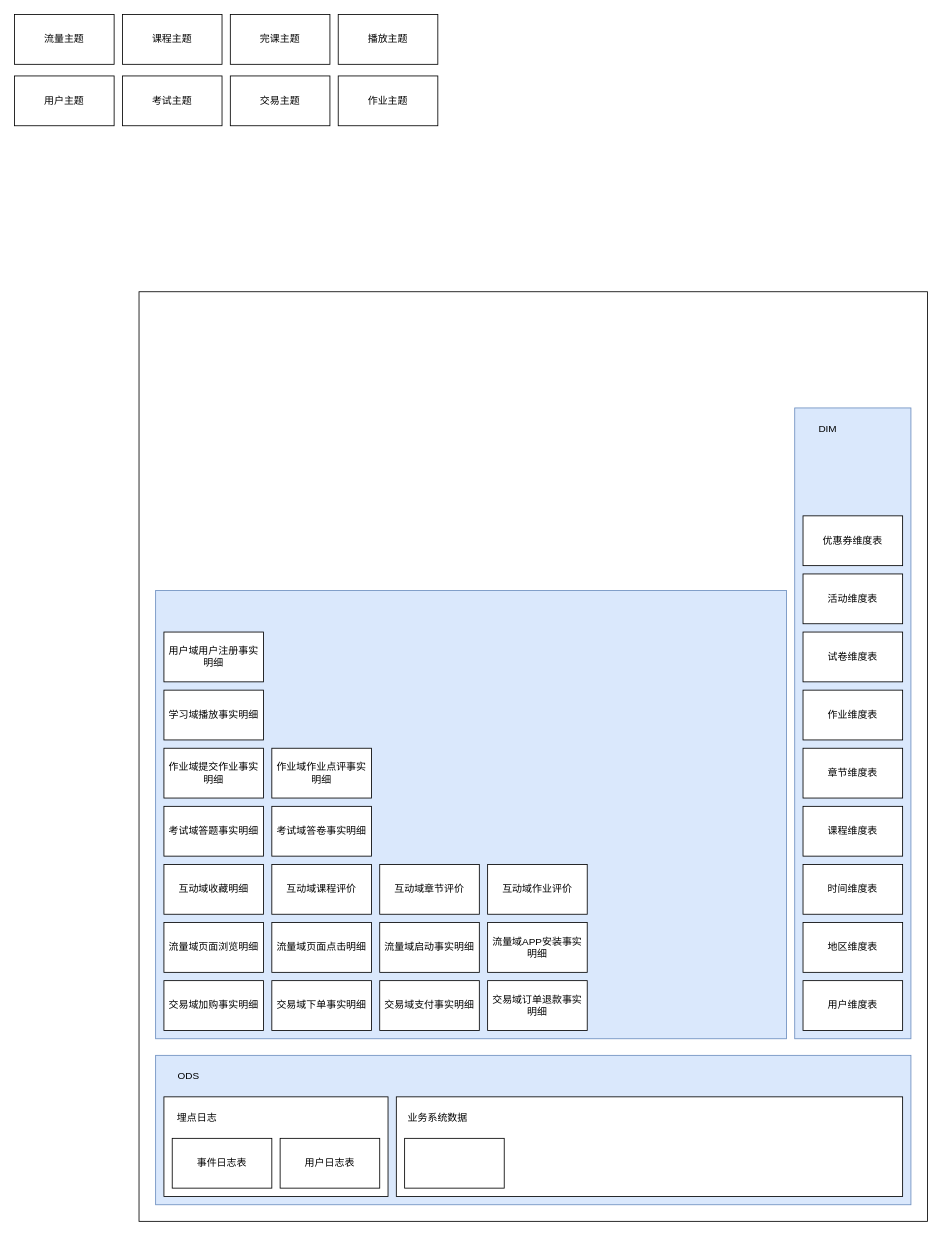
Earlier version of the draw.io diagram 离线数仓分层架构.drawio (Jacoulin/draw). Source tidied: cells renumbered, new cells numbered last; positions are measured from the earlier drawing's top-left corner, leaving out a move shared by most shapes. Both pictures are drawn from the tidied source at 83%, with x=0, y=0 at pixel (14, 14).
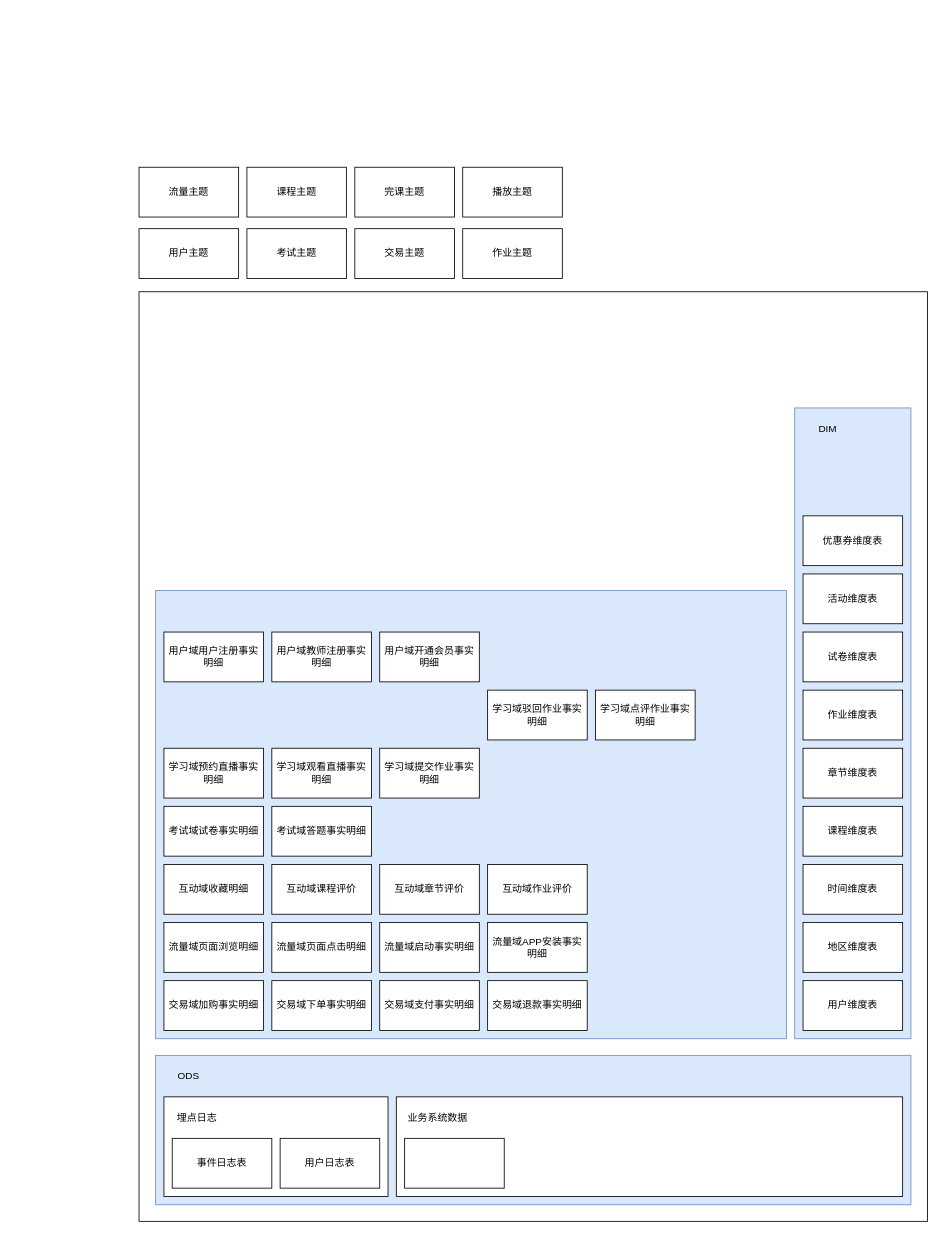
The same page after the edit.

Commit message:
更新离线数仓分层架构.drawio

The edit, as a diff of the source:
```diff
@@
-    <mxCell id="23" value="交易域订单退款事实明细" style="rounded=0;whiteSpace=wrap;html=1;" parent="1" vertex="1">
+    <mxCell id="23" value="交易域退款事实明细" style="rounded=0;whiteSpace=wrap;html=1;" parent="1" vertex="1">
       <mxGeometry x="570" y="1164" width="120" height="60" as="geometry" />
     </mxCell>
@@
     <mxCell id="32" value="流量主题" style="rounded=0;whiteSpace=wrap;html=1;" parent="1" vertex="1">
-      <mxGeometry width="120" height="60" as="geometry" />
+      <mxGeometry x="150" y="184" width="120" height="60" as="geometry" />
     </mxCell>
     <mxCell id="33" value="用户主题" style="rounded=0;whiteSpace=wrap;html=1;" parent="1" vertex="1">
-      <mxGeometry y="74" width="120" height="60" as="geometry" />
+      <mxGeometry x="150" y="258" width="120" height="60" as="geometry" />
     </mxCell>
     <mxCell id="34" value="课程主题" style="rounded=0;whiteSpace=wrap;html=1;" parent="1" vertex="1">
-      <mxGeometry x="130" width="120" height="60" as="geometry" />
+      <mxGeometry x="280" y="184" width="120" height="60" as="geometry" />
     </mxCell>
     <mxCell id="35" value="考试主题" style="rounded=0;whiteSpace=wrap;html=1;" parent="1" vertex="1">
-      <mxGeometry x="130" y="74" width="120" height="60" as="geometry" />
+      <mxGeometry x="280" y="258" width="120" height="60" as="geometry" />
     </mxCell>
     <mxCell id="36" value="完课主题" style="rounded=0;whiteSpace=wrap;html=1;" parent="1" vertex="1">
-      <mxGeometry x="260" width="120" height="60" as="geometry" />
+      <mxGeometry x="410" y="184" width="120" height="60" as="geometry" />
     </mxCell>
     <mxCell id="37" value="交易主题" style="rounded=0;whiteSpace=wrap;html=1;" parent="1" vertex="1">
-      <mxGeometry x="260" y="74" width="120" height="60" as="geometry" />
+      <mxGeometry x="410" y="258" width="120" height="60" as="geometry" />
     </mxCell>
     <mxCell id="38" value="播放主题" style="rounded=0;whiteSpace=wrap;html=1;" parent="1" vertex="1">
-      <mxGeometry x="390" width="120" height="60" as="geometry" />
+      <mxGeometry x="540" y="184" width="120" height="60" as="geometry" />
     </mxCell>
     <mxCell id="39" value="作业主题" style="rounded=0;whiteSpace=wrap;html=1;" parent="1" vertex="1">
-      <mxGeometry x="390" y="74" width="120" height="60" as="geometry" />
+      <mxGeometry x="540" y="258" width="120" height="60" as="geometry" />
     </mxCell>
@@
-    <mxCell id="42" value="作业域提交作业事实明细" style="rounded=0;whiteSpace=wrap;html=1;" parent="1" vertex="1">
-      <mxGeometry x="180" y="884" width="120" height="60" as="geometry" />
-    </mxCell>
-    <mxCell id="43" value="考试域答题事实明细" style="rounded=0;whiteSpace=wrap;html=1;" parent="1" vertex="1">
+    <mxCell id="43" value="考试域试卷事实明细" style="rounded=0;whiteSpace=wrap;html=1;" parent="1" vertex="1">
       <mxGeometry x="180" y="954" width="120" height="60" as="geometry" />
     </mxCell>
-    <mxCell id="44" value="考试域答卷事实明细" style="rounded=0;whiteSpace=wrap;html=1;" parent="1" vertex="1">
+    <mxCell id="44" value="考试域答题事实明细" style="rounded=0;whiteSpace=wrap;html=1;" parent="1" vertex="1">
       <mxGeometry x="310" y="954" width="120" height="60" as="geometry" />
     </mxCell>
-    <mxCell id="45" value="学习域播放事实明细" style="rounded=0;whiteSpace=wrap;html=1;" parent="1" vertex="1">
-      <mxGeometry x="180" y="814" width="120" height="60" as="geometry" />
+    <mxCell id="45" value="学习域预约直播事实明细" style="rounded=0;whiteSpace=wrap;html=1;" parent="1" vertex="1">
+      <mxGeometry x="180" y="884" width="120" height="60" as="geometry" />
     </mxCell>
@@
-    <mxCell id="48" value="作业域作业点评事实明细" style="rounded=0;whiteSpace=wrap;html=1;" parent="1" vertex="1">
-      <mxGeometry x="310" y="884" width="120" height="60" as="geometry" />
-    </mxCell>
@@
+    <mxCell id="50" value="用户域教师注册事实明细" style="rounded=0;whiteSpace=wrap;html=1;" parent="1" vertex="1">
+      <mxGeometry x="310" y="744" width="120" height="60" as="geometry" />
+    </mxCell>
+    <mxCell id="51" value="用户域开通会员事实明细" style="rounded=0;whiteSpace=wrap;html=1;" parent="1" vertex="1">
+      <mxGeometry x="440" y="744" width="120" height="60" as="geometry" />
+    </mxCell>
+    <mxCell id="52" value="学习域观看直播事实明细" style="rounded=0;whiteSpace=wrap;html=1;" parent="1" vertex="1">
+      <mxGeometry x="310" y="884" width="120" height="60" as="geometry" />
+    </mxCell>
+    <mxCell id="53" value="学习域提交作业事实明细" style="rounded=0;whiteSpace=wrap;html=1;" parent="1" vertex="1">
+      <mxGeometry x="440" y="884" width="120" height="60" as="geometry" />
+    </mxCell>
+    <mxCell id="54" value="学习域驳回作业事实明细" style="rounded=0;whiteSpace=wrap;html=1;" parent="1" vertex="1">
+      <mxGeometry x="570" y="814" width="120" height="60" as="geometry" />
+    </mxCell>
+    <mxCell id="55" value="学习域点评作业事实明细" style="rounded=0;whiteSpace=wrap;html=1;" parent="1" vertex="1">
+      <mxGeometry x="700" y="814" width="120" height="60" as="geometry" />
+    </mxCell>
```
